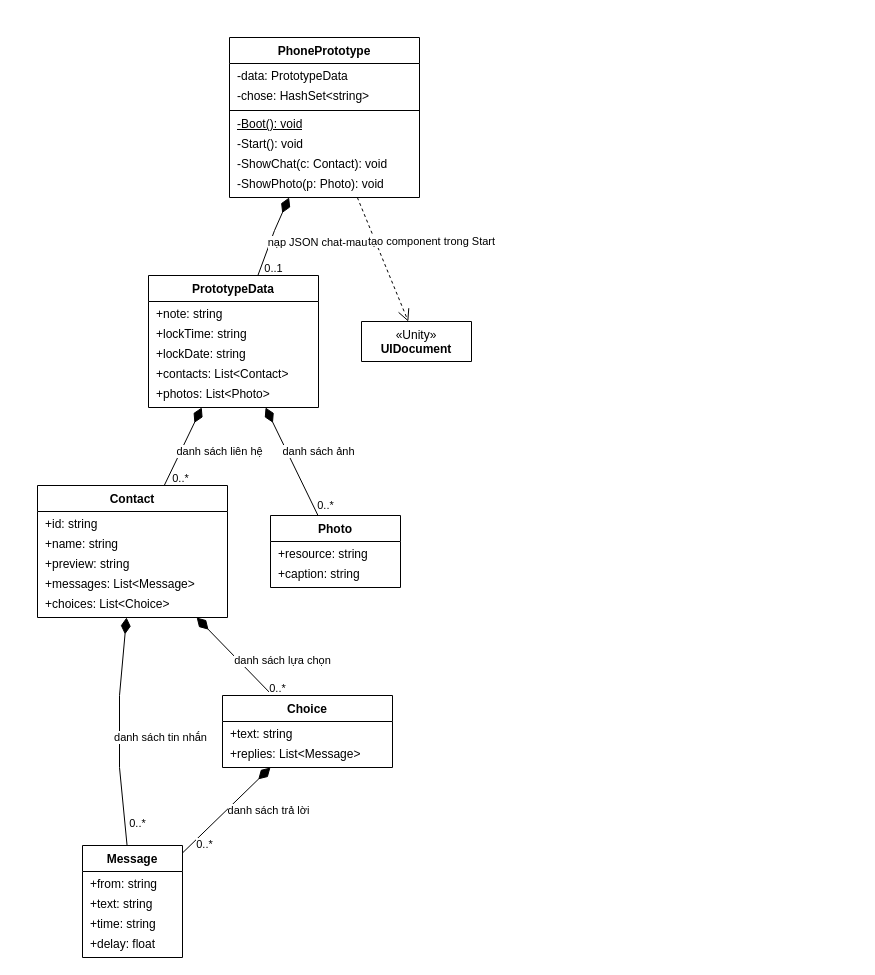
qivarnq3g/3-gio-12 keeps this draw.io diagram as page "Prototype trong SampleScene" (8 of 9) of docs/thiet-ke/lop-game/luoc-do-lop-game.drawio. Above is the earlier version. Source tidied: cells renumbered, new cells numbered last; positions are measured from the earlier drawing's top-left corner, leaving out a move shared by most shapes. Both pictures are drawn from the tidied source at 100%, with x=0, y=0 at pixel (37, 37).
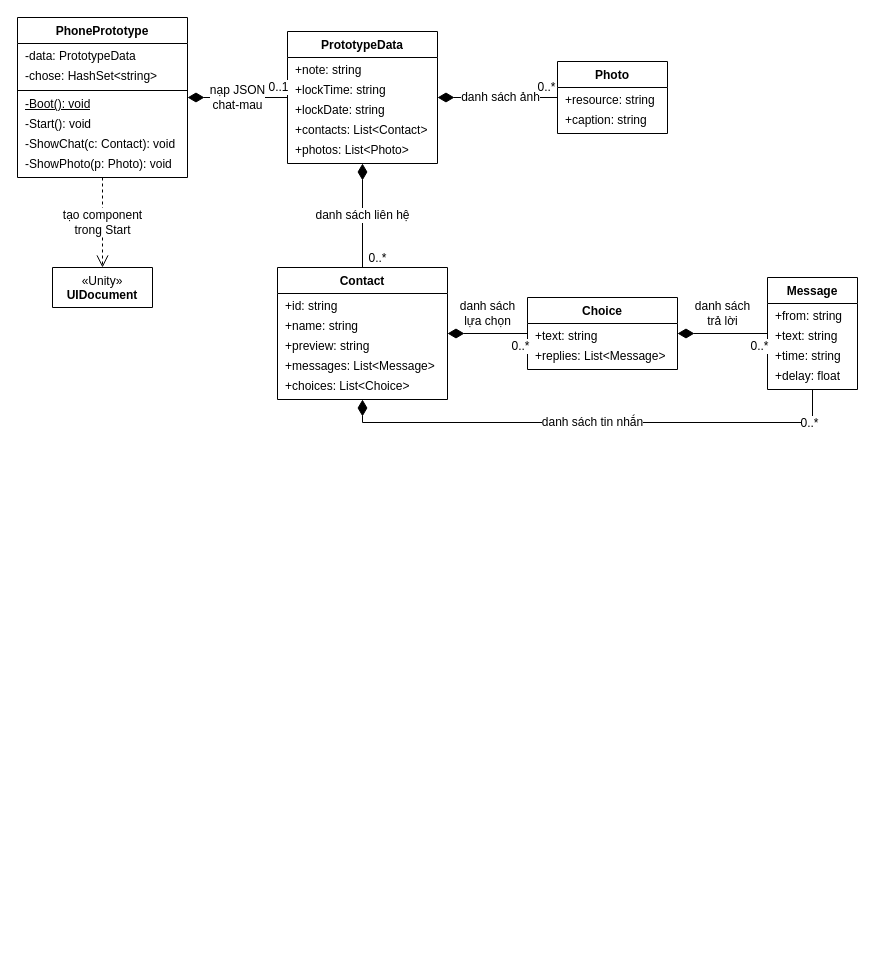
The same diagram, later.

Change to the diagram source:
```diff
@@
     <mxCell id="2" value="&lt;b&gt;PhonePrototype&lt;/b&gt;" style="swimlane;fontStyle=0;html=1;align=center;verticalAlign=top;horizontal=1;startSize=26;whiteSpace=wrap;fontFamily=Arial;fontSize=12;fillColor=#ffffff;swimlaneFillColor=#ffffff;" parent="1" vertex="1">
-      <mxGeometry x="192" width="190" height="160" as="geometry" />
+      <mxGeometry x="-20" y="-20" width="170" height="160" as="geometry" />
     </mxCell>
     <mxCell id="3" value="-data: PrototypeData" style="text;strokeColor=none;fillColor=none;align=left;verticalAlign=middle;spacingLeft=6;spacingRight=4;overflow=hidden;html=1;fontFamily=Arial;fontSize=12;" parent="2" vertex="1">
-      <mxGeometry y="29" width="190" height="20" as="geometry" />
+      <mxGeometry y="29" width="170" height="20" as="geometry" />
     </mxCell>
     <mxCell id="4" value="-chose: HashSet&amp;lt;string&amp;gt;" style="text;strokeColor=none;fillColor=none;align=left;verticalAlign=middle;spacingLeft=6;spacingRight=4;overflow=hidden;html=1;fontFamily=Arial;fontSize=12;" parent="2" vertex="1">
-      <mxGeometry y="49" width="190" height="20" as="geometry" />
+      <mxGeometry y="49" width="170" height="20" as="geometry" />
     </mxCell>
-    <mxCell id="5" style="line;strokeWidth=1;fillColor=none;align=left;verticalAlign=middle;spacingTop=-1;spacingLeft=3;spacingRight=3;labelPosition=right;" parent="2" vertex="1">
-      <mxGeometry y="69" width="190" height="8" as="geometry" />
-    </mxCell>
+    <mxCell id="47" style="line;strokeWidth=1;fillColor=none;align=left;verticalAlign=middle;spacingTop=-1;spacingLeft=3;spacingRight=3;labelPosition=right;" parent="2" vertex="1">
+      <mxGeometry y="69" width="170" height="8" as="geometry" />
+    </mxCell>
     <mxCell id="6" value="&lt;u&gt;-Boot(): void&lt;/u&gt;" style="text;strokeColor=none;fillColor=none;align=left;verticalAlign=middle;spacingLeft=6;spacingRight=4;overflow=hidden;html=1;fontFamily=Arial;fontSize=12;" parent="2" vertex="1">
-      <mxGeometry y="77" width="190" height="20" as="geometry" />
+      <mxGeometry y="77" width="170" height="20" as="geometry" />
     </mxCell>
     <mxCell id="7" value="-Start(): void" style="text;strokeColor=none;fillColor=none;align=left;verticalAlign=middle;spacingLeft=6;spacingRight=4;overflow=hidden;html=1;fontFamily=Arial;fontSize=12;" parent="2" vertex="1">
-      <mxGeometry y="97" width="190" height="20" as="geometry" />
+      <mxGeometry y="97" width="170" height="20" as="geometry" />
     </mxCell>
     <mxCell id="8" value="-ShowChat(c: Contact): void" style="text;strokeColor=none;fillColor=none;align=left;verticalAlign=middle;spacingLeft=6;spacingRight=4;overflow=hidden;html=1;fontFamily=Arial;fontSize=12;" parent="2" vertex="1">
-      <mxGeometry y="117" width="190" height="20" as="geometry" />
+      <mxGeometry y="117" width="170" height="20" as="geometry" />
     </mxCell>
     <mxCell id="9" value="-ShowPhoto(p: Photo): void" style="text;strokeColor=none;fillColor=none;align=left;verticalAlign=middle;spacingLeft=6;spacingRight=4;overflow=hidden;html=1;fontFamily=Arial;fontSize=12;" parent="2" vertex="1">
-      <mxGeometry y="137" width="190" height="20" as="geometry" />
+      <mxGeometry y="137" width="170" height="20" as="geometry" />
     </mxCell>
     <mxCell id="10" value="&lt;b&gt;PrototypeData&lt;/b&gt;" style="swimlane;fontStyle=0;html=1;align=center;verticalAlign=top;horizontal=1;startSize=26;whiteSpace=wrap;fontFamily=Arial;fontSize=12;fillColor=#ffffff;swimlaneFillColor=#ffffff;" parent="1" vertex="1">
-      <mxGeometry x="111" y="238" width="170" height="132" as="geometry" />
+      <mxGeometry x="250" y="-6" width="150" height="132" as="geometry" />
     </mxCell>
     <mxCell id="11" value="+note: string" style="text;strokeColor=none;fillColor=none;align=left;verticalAlign=middle;spacingLeft=6;spacingRight=4;overflow=hidden;html=1;fontFamily=Arial;fontSize=12;" parent="10" vertex="1">
-      <mxGeometry y="29" width="170" height="20" as="geometry" />
+      <mxGeometry y="29" width="150" height="20" as="geometry" />
     </mxCell>
     <mxCell id="12" value="+lockTime: string" style="text;strokeColor=none;fillColor=none;align=left;verticalAlign=middle;spacingLeft=6;spacingRight=4;overflow=hidden;html=1;fontFamily=Arial;fontSize=12;" parent="10" vertex="1">
-      <mxGeometry y="49" width="170" height="20" as="geometry" />
+      <mxGeometry y="49" width="150" height="20" as="geometry" />
     </mxCell>
     <mxCell id="13" value="+lockDate: string" style="text;strokeColor=none;fillColor=none;align=left;verticalAlign=middle;spacingLeft=6;spacingRight=4;overflow=hidden;html=1;fontFamily=Arial;fontSize=12;" parent="10" vertex="1">
-      <mxGeometry y="69" width="170" height="20" as="geometry" />
+      <mxGeometry y="69" width="150" height="20" as="geometry" />
     </mxCell>
     <mxCell id="14" value="+contacts: List&amp;lt;Contact&amp;gt;" style="text;strokeColor=none;fillColor=none;align=left;verticalAlign=middle;spacingLeft=6;spacingRight=4;overflow=hidden;html=1;fontFamily=Arial;fontSize=12;" parent="10" vertex="1">
-      <mxGeometry y="89" width="170" height="20" as="geometry" />
+      <mxGeometry y="89" width="150" height="20" as="geometry" />
     </mxCell>
     <mxCell id="15" value="+photos: List&amp;lt;Photo&amp;gt;" style="text;strokeColor=none;fillColor=none;align=left;verticalAlign=middle;spacingLeft=6;spacingRight=4;overflow=hidden;html=1;fontFamily=Arial;fontSize=12;" parent="10" vertex="1">
-      <mxGeometry y="109" width="170" height="20" as="geometry" />
+      <mxGeometry y="109" width="150" height="20" as="geometry" />
     </mxCell>
+    <mxCell id="30" value="&lt;b&gt;Photo&lt;/b&gt;" style="swimlane;fontStyle=0;html=1;align=center;verticalAlign=top;horizontal=1;startSize=26;whiteSpace=wrap;fontFamily=Arial;fontSize=12;fillColor=#ffffff;swimlaneFillColor=#ffffff;" parent="1" vertex="1">
+      <mxGeometry x="520" y="24" width="110" height="72" as="geometry" />
+    </mxCell>
+    <mxCell id="31" value="+resource: string" style="text;strokeColor=none;fillColor=none;align=left;verticalAlign=middle;spacingLeft=6;spacingRight=4;overflow=hidden;html=1;fontFamily=Arial;fontSize=12;" parent="30" vertex="1">
+      <mxGeometry y="29" width="110" height="20" as="geometry" />
+    </mxCell>
+    <mxCell id="32" value="+caption: string" style="text;strokeColor=none;fillColor=none;align=left;verticalAlign=middle;spacingLeft=6;spacingRight=4;overflow=hidden;html=1;fontFamily=Arial;fontSize=12;" parent="30" vertex="1">
+      <mxGeometry y="49" width="110" height="20" as="geometry" />
+    </mxCell>
+    <mxCell id="33" value="«Unity»&lt;br&gt;&lt;b&gt;UIDocument&lt;/b&gt;" style="swimlane;fontStyle=0;html=1;align=center;verticalAlign=top;horizontal=1;startSize=40;whiteSpace=wrap;fontFamily=Arial;fontSize=12;fillColor=#ffffff;swimlaneFillColor=#ffffff;" parent="1" vertex="1">
+      <mxGeometry x="15" y="230" width="100" height="40" as="geometry" />
+    </mxCell>
     <mxCell id="16" value="&lt;b&gt;Contact&lt;/b&gt;" style="swimlane;fontStyle=0;html=1;align=center;verticalAlign=top;horizontal=1;startSize=26;whiteSpace=wrap;fontFamily=Arial;fontSize=12;fillColor=#ffffff;swimlaneFillColor=#ffffff;" parent="1" vertex="1">
-      <mxGeometry y="448" width="190" height="132" as="geometry" />
+      <mxGeometry x="240" y="230" width="170" height="132" as="geometry" />
     </mxCell>
     <mxCell id="17" value="+id: string" style="text;strokeColor=none;fillColor=none;align=left;verticalAlign=middle;spacingLeft=6;spacingRight=4;overflow=hidden;html=1;fontFamily=Arial;fontSize=12;" parent="16" vertex="1">
-      <mxGeometry y="29" width="190" height="20" as="geometry" />
+      <mxGeometry y="29" width="170" height="20" as="geometry" />
     </mxCell>
     <mxCell id="18" value="+name: string" style="text;strokeColor=none;fillColor=none;align=left;verticalAlign=middle;spacingLeft=6;spacingRight=4;overflow=hidden;html=1;fontFamily=Arial;fontSize=12;" parent="16" vertex="1">
-      <mxGeometry y="49" width="190" height="20" as="geometry" />
+      <mxGeometry y="49" width="170" height="20" as="geometry" />
     </mxCell>
     <mxCell id="19" value="+preview: string" style="text;strokeColor=none;fillColor=none;align=left;verticalAlign=middle;spacingLeft=6;spacingRight=4;overflow=hidden;html=1;fontFamily=Arial;fontSize=12;" parent="16" vertex="1">
-      <mxGeometry y="69" width="190" height="20" as="geometry" />
+      <mxGeometry y="69" width="170" height="20" as="geometry" />
     </mxCell>
     <mxCell id="20" value="+messages: List&amp;lt;Message&amp;gt;" style="text;strokeColor=none;fillColor=none;align=left;verticalAlign=middle;spacingLeft=6;spacingRight=4;overflow=hidden;html=1;fontFamily=Arial;fontSize=12;" parent="16" vertex="1">
-      <mxGeometry y="89" width="190" height="20" as="geometry" />
+      <mxGeometry y="89" width="170" height="20" as="geometry" />
     </mxCell>
     <mxCell id="21" value="+choices: List&amp;lt;Choice&amp;gt;" style="text;strokeColor=none;fillColor=none;align=left;verticalAlign=middle;spacingLeft=6;spacingRight=4;overflow=hidden;html=1;fontFamily=Arial;fontSize=12;" parent="16" vertex="1">
-      <mxGeometry y="109" width="190" height="20" as="geometry" />
+      <mxGeometry y="109" width="170" height="20" as="geometry" />
     </mxCell>
+    <mxCell id="27" value="&lt;b&gt;Choice&lt;/b&gt;" style="swimlane;fontStyle=0;html=1;align=center;verticalAlign=top;horizontal=1;startSize=26;whiteSpace=wrap;fontFamily=Arial;fontSize=12;fillColor=#ffffff;swimlaneFillColor=#ffffff;" parent="1" vertex="1">
+      <mxGeometry x="490" y="260" width="150" height="72" as="geometry" />
+    </mxCell>
+    <mxCell id="48" value="+text: string" style="text;strokeColor=none;fillColor=none;align=left;verticalAlign=middle;spacingLeft=6;spacingRight=4;overflow=hidden;html=1;fontFamily=Arial;fontSize=12;" parent="27" vertex="1">
+      <mxGeometry y="29" width="150" height="20" as="geometry" />
+    </mxCell>
+    <mxCell id="29" value="+replies: List&amp;lt;Message&amp;gt;" style="text;strokeColor=none;fillColor=none;align=left;verticalAlign=middle;spacingLeft=6;spacingRight=4;overflow=hidden;html=1;fontFamily=Arial;fontSize=12;" parent="27" vertex="1">
+      <mxGeometry y="49" width="150" height="20" as="geometry" />
+    </mxCell>
     <mxCell id="22" value="&lt;b&gt;Message&lt;/b&gt;" style="swimlane;fontStyle=0;html=1;align=center;verticalAlign=top;horizontal=1;startSize=26;whiteSpace=wrap;fontFamily=Arial;fontSize=12;fillColor=#ffffff;swimlaneFillColor=#ffffff;" parent="1" vertex="1">
-      <mxGeometry x="45" y="808" width="100" height="112" as="geometry" />
+      <mxGeometry x="730" y="240" width="90" height="112" as="geometry" />
     </mxCell>
     <mxCell id="23" value="+from: string" style="text;strokeColor=none;fillColor=none;align=left;verticalAlign=middle;spacingLeft=6;spacingRight=4;overflow=hidden;html=1;fontFamily=Arial;fontSize=12;" parent="22" vertex="1">
-      <mxGeometry y="29" width="100" height="20" as="geometry" />
+      <mxGeometry y="29" width="90" height="20" as="geometry" />
     </mxCell>
-    <mxCell id="24" value="+text: string" style="text;strokeColor=none;fillColor=none;align=left;verticalAlign=middle;spacingLeft=6;spacingRight=4;overflow=hidden;html=1;fontFamily=Arial;fontSize=12;" parent="22" vertex="1">
-      <mxGeometry y="49" width="100" height="20" as="geometry" />
-    </mxCell>
+    <mxCell id="49" value="+text: string" style="text;strokeColor=none;fillColor=none;align=left;verticalAlign=middle;spacingLeft=6;spacingRight=4;overflow=hidden;html=1;fontFamily=Arial;fontSize=12;" parent="22" vertex="1">
+      <mxGeometry y="49" width="90" height="20" as="geometry" />
+    </mxCell>
     <mxCell id="25" value="+time: string" style="text;strokeColor=none;fillColor=none;align=left;verticalAlign=middle;spacingLeft=6;spacingRight=4;overflow=hidden;html=1;fontFamily=Arial;fontSize=12;" parent="22" vertex="1">
-      <mxGeometry y="69" width="100" height="20" as="geometry" />
+      <mxGeometry y="69" width="90" height="20" as="geometry" />
     </mxCell>
     <mxCell id="26" value="+delay: float" style="text;strokeColor=none;fillColor=none;align=left;verticalAlign=middle;spacingLeft=6;spacingRight=4;overflow=hidden;html=1;fontFamily=Arial;fontSize=12;" parent="22" vertex="1">
-      <mxGeometry y="89" width="100" height="20" as="geometry" />
+      <mxGeometry y="89" width="90" height="20" as="geometry" />
     </mxCell>
-    <mxCell id="27" value="&lt;b&gt;Choice&lt;/b&gt;" style="swimlane;fontStyle=0;html=1;align=center;verticalAlign=top;horizontal=1;startSize=26;whiteSpace=wrap;fontFamily=Arial;fontSize=12;fillColor=#ffffff;swimlaneFillColor=#ffffff;" parent="1" vertex="1">
-      <mxGeometry x="185" y="658" width="170" height="72" as="geometry" />
-    </mxCell>
-    <mxCell id="28" value="+text: string" style="text;strokeColor=none;fillColor=none;align=left;verticalAlign=middle;spacingLeft=6;spacingRight=4;overflow=hidden;html=1;fontFamily=Arial;fontSize=12;" parent="27" vertex="1">
-      <mxGeometry y="29" width="170" height="20" as="geometry" />
-    </mxCell>
-    <mxCell id="29" value="+replies: List&amp;lt;Message&amp;gt;" style="text;strokeColor=none;fillColor=none;align=left;verticalAlign=middle;spacingLeft=6;spacingRight=4;overflow=hidden;html=1;fontFamily=Arial;fontSize=12;" parent="27" vertex="1">
-      <mxGeometry y="49" width="170" height="20" as="geometry" />
-    </mxCell>
-    <mxCell id="30" value="&lt;b&gt;Photo&lt;/b&gt;" style="swimlane;fontStyle=0;html=1;align=center;verticalAlign=top;horizontal=1;startSize=26;whiteSpace=wrap;fontFamily=Arial;fontSize=12;fillColor=#ffffff;swimlaneFillColor=#ffffff;" parent="1" vertex="1">
-      <mxGeometry x="233" y="478" width="130" height="72" as="geometry" />
-    </mxCell>
-    <mxCell id="31" value="+resource: string" style="text;strokeColor=none;fillColor=none;align=left;verticalAlign=middle;spacingLeft=6;spacingRight=4;overflow=hidden;html=1;fontFamily=Arial;fontSize=12;" parent="30" vertex="1">
-      <mxGeometry y="29" width="130" height="20" as="geometry" />
-    </mxCell>
-    <mxCell id="32" value="+caption: string" style="text;strokeColor=none;fillColor=none;align=left;verticalAlign=middle;spacingLeft=6;spacingRight=4;overflow=hidden;html=1;fontFamily=Arial;fontSize=12;" parent="30" vertex="1">
-      <mxGeometry y="49" width="130" height="20" as="geometry" />
-    </mxCell>
-    <mxCell id="33" value="«Unity»&lt;br&gt;&lt;b&gt;UIDocument&lt;/b&gt;" style="swimlane;fontStyle=0;html=1;align=center;verticalAlign=top;horizontal=1;startSize=40;whiteSpace=wrap;fontFamily=Arial;fontSize=12;fillColor=#ffffff;swimlaneFillColor=#ffffff;" parent="1" vertex="1">
-      <mxGeometry x="324" y="284" width="110" height="40" as="geometry" />
-    </mxCell>
-    <mxCell id="34" value="nạp JSON chat-mau" style="html=1;rounded=0;fontFamily=Arial;fontSize=11;labelBackgroundColor=#ffffff;startArrow=diamondThin;startFill=1;startSize=14;endArrow=none;" parent="1" edge="1" source="2" target="10">
-      <mxGeometry relative="1" as="geometry">
-        <Array as="points">
-          <mxPoint x="237" y="193" />
-        </Array>
-        <mxPoint x="45" y="6" as="offset" />
-      </mxGeometry>
+    <mxCell id="34" value="nạp JSON&lt;br&gt;chat-mau" style="html=1;fontFamily=Arial;startArrow=diamondThin;startFill=1;startSize=14;endArrow=none;edgeStyle=orthogonalEdgeStyle;rounded=0;fontSize=12;labelBackgroundColor=#ffffff;exitX=1;exitY=0.5;entryX=0;entryY=0.5;exitPerimeter=0;entryPerimeter=0;" parent="1" edge="1" source="2" target="10">
+      <mxGeometry relative="1" as="geometry" />
     </mxCell>
-    <mxCell id="35" value="0..1" style="html=1;align=center;verticalAlign=middle;fontFamily=Arial;fontSize=11;labelBackgroundColor=#ffffff;" parent="34" vertex="1">
+    <mxCell id="35" value="0..1" style="html=1;align=center;verticalAlign=middle;fontFamily=Arial;labelBackgroundColor=#ffffff;fontSize=12;" parent="34" vertex="1">
       <mxGeometry x="0.8" relative="1" as="geometry">
-        <mxPoint x="12" as="offset" />
+        <mxPoint y="-11" as="offset" />
       </mxGeometry>
     </mxCell>
-    <mxCell id="36" value="tạo component trong Start" style="html=1;rounded=0;fontFamily=Arial;fontSize=11;labelBackgroundColor=#ffffff;endArrow=open;endFill=0;endSize=10;dashed=1;" parent="1" edge="1" source="2" target="33">
-      <mxGeometry relative="1" as="geometry">
-        <mxPoint x="49" y="-18" as="offset" />
-      </mxGeometry>
+    <mxCell id="36" value="tạo component&lt;br&gt;trong Start" style="html=1;fontFamily=Arial;endArrow=open;endFill=0;endSize=10;dashed=1;edgeStyle=orthogonalEdgeStyle;rounded=0;fontSize=12;labelBackgroundColor=#ffffff;exitY=1;exitX=0.5;entryY=0;entryX=0.5;exitPerimeter=0;entryPerimeter=0;" parent="1" edge="1" source="2" target="33">
+      <mxGeometry relative="1" as="geometry" />
     </mxCell>
-    <mxCell id="37" value="danh sách liên hệ" style="html=1;rounded=0;fontFamily=Arial;fontSize=11;labelBackgroundColor=#ffffff;startArrow=diamondThin;startFill=1;startSize=14;endArrow=none;" parent="1" edge="1" source="10" target="16">
-      <mxGeometry relative="1" as="geometry">
-        <mxPoint x="36" y="5" as="offset" />
-      </mxGeometry>
+    <mxCell id="37" value="danh sách liên hệ" style="html=1;fontFamily=Arial;startArrow=diamondThin;startFill=1;startSize=14;endArrow=none;edgeStyle=orthogonalEdgeStyle;rounded=0;fontSize=12;labelBackgroundColor=#ffffff;exitY=1;exitX=0.5;entryY=0;entryX=0.5;exitPerimeter=0;entryPerimeter=0;" parent="1" edge="1" source="10" target="16">
+      <mxGeometry relative="1" as="geometry" />
     </mxCell>
-    <mxCell id="38" value="0..*" style="html=1;align=center;verticalAlign=middle;fontFamily=Arial;fontSize=11;labelBackgroundColor=#ffffff;" parent="37" vertex="1">
-      <mxGeometry x="0.8" relative="1" as="geometry">
-        <mxPoint x="12" as="offset" />
-      </mxGeometry>
-    </mxCell>
+    <mxCell id="50" value="0..*" style="html=1;align=center;verticalAlign=middle;fontFamily=Arial;labelBackgroundColor=#ffffff;fontSize=12;" parent="37" vertex="1">
+      <mxGeometry x="0.8" relative="1" as="geometry">
+        <mxPoint x="14" as="offset" />
+      </mxGeometry>
+    </mxCell>
-    <mxCell id="39" value="danh sách ảnh" style="html=1;rounded=0;fontFamily=Arial;fontSize=11;labelBackgroundColor=#ffffff;startArrow=diamondThin;startFill=1;startSize=14;endArrow=none;" parent="1" edge="1" source="10" target="30">
-      <mxGeometry relative="1" as="geometry">
-        <mxPoint x="27" y="-10" as="offset" />
-      </mxGeometry>
+    <mxCell id="39" value="danh sách ảnh" style="html=1;fontFamily=Arial;startArrow=diamondThin;startFill=1;startSize=14;endArrow=none;edgeStyle=orthogonalEdgeStyle;rounded=0;fontSize=12;labelBackgroundColor=#ffffff;exitX=1;exitY=0.5;entryX=0;entryY=0.5;exitPerimeter=0;entryPerimeter=0;" parent="1" edge="1" source="10" target="30">
+      <mxGeometry x="0.05" relative="1" as="geometry" />
     </mxCell>
-    <mxCell id="40" value="0..*" style="html=1;align=center;verticalAlign=middle;fontFamily=Arial;fontSize=11;labelBackgroundColor=#ffffff;" parent="39" vertex="1">
-      <mxGeometry x="0.8" relative="1" as="geometry">
-        <mxPoint x="12" as="offset" />
-      </mxGeometry>
-    </mxCell>
+    <mxCell id="51" value="0..*" style="html=1;align=center;verticalAlign=middle;fontFamily=Arial;labelBackgroundColor=#ffffff;fontSize=12;" parent="39" vertex="1">
+      <mxGeometry x="0.8" relative="1" as="geometry">
+        <mxPoint y="-11" as="offset" />
+      </mxGeometry>
+    </mxCell>
-    <mxCell id="41" value="danh sách tin nhắn" style="html=1;rounded=0;fontFamily=Arial;fontSize=11;labelBackgroundColor=#ffffff;startArrow=diamondThin;startFill=1;startSize=14;endArrow=none;" parent="1" edge="1" source="16" target="22">
+    <mxCell id="41" value="danh sách tin nhắn" style="html=1;fontFamily=Arial;startArrow=diamondThin;startFill=1;startSize=14;endArrow=none;edgeStyle=orthogonalEdgeStyle;rounded=0;fontSize=12;labelBackgroundColor=#ffffff;exitX=0.5;exitY=1;exitPerimeter=0;entryX=0.5;entryY=1;entryPerimeter=0;" parent="1" edge="1" source="16" target="22">
       <mxGeometry relative="1" as="geometry">
         <Array as="points">
-          <mxPoint x="82" y="658" />
-          <mxPoint x="82" y="730" />
+          <mxPoint x="325" y="385" />
+          <mxPoint x="775" y="385" />
         </Array>
-        <mxPoint x="41" y="6" as="offset" />
       </mxGeometry>
     </mxCell>
-    <mxCell id="42" value="0..*" style="html=1;align=center;verticalAlign=middle;fontFamily=Arial;fontSize=11;labelBackgroundColor=#ffffff;" parent="41" vertex="1">
-      <mxGeometry x="0.8" relative="1" as="geometry">
-        <mxPoint x="12" as="offset" />
-      </mxGeometry>
-    </mxCell>
+    <mxCell id="52" value="0..*" style="html=1;align=center;verticalAlign=middle;fontFamily=Arial;labelBackgroundColor=#ffffff;fontSize=12;" parent="41" vertex="1">
+      <mxGeometry x="0.8" relative="1" as="geometry">
+        <mxPoint x="14" as="offset" />
+      </mxGeometry>
+    </mxCell>
-    <mxCell id="43" value="danh sách lựa chọn" style="html=1;rounded=0;fontFamily=Arial;fontSize=11;labelBackgroundColor=#ffffff;startArrow=diamondThin;startFill=1;startSize=14;endArrow=none;" parent="1" edge="1" source="16" target="27">
+    <mxCell id="43" value="danh sách&lt;br&gt;lựa chọn" style="html=1;fontFamily=Arial;startArrow=diamondThin;startFill=1;startSize=14;endArrow=none;edgeStyle=orthogonalEdgeStyle;rounded=0;fontSize=12;labelBackgroundColor=#ffffff;exitX=1;exitY=0.5;entryX=0;entryY=0.5;exitPerimeter=0;entryPerimeter=0;" parent="1" edge="1" source="16" target="27">
       <mxGeometry relative="1" as="geometry">
-        <mxPoint x="48" y="4" as="offset" />
+        <mxPoint y="-20" as="offset" />
       </mxGeometry>
     </mxCell>
-    <mxCell id="44" value="0..*" style="html=1;align=center;verticalAlign=middle;fontFamily=Arial;fontSize=11;labelBackgroundColor=#ffffff;" parent="43" vertex="1">
-      <mxGeometry x="0.8" relative="1" as="geometry">
-        <mxPoint x="12" as="offset" />
-      </mxGeometry>
-    </mxCell>
+    <mxCell id="53" value="0..*" style="html=1;align=center;verticalAlign=middle;fontFamily=Arial;labelBackgroundColor=#ffffff;fontSize=12;" parent="43" vertex="1">
+      <mxGeometry x="0.8" relative="1" as="geometry">
+        <mxPoint y="12" as="offset" />
+      </mxGeometry>
+    </mxCell>
-    <mxCell id="45" value="danh sách trả lời" style="html=1;rounded=0;fontFamily=Arial;fontSize=11;labelBackgroundColor=#ffffff;startArrow=diamondThin;startFill=1;startSize=14;endArrow=none;" parent="1" edge="1" source="27" target="22">
+    <mxCell id="45" value="danh sách&lt;br&gt;trả lời" style="html=1;fontFamily=Arial;startArrow=diamondThin;startFill=1;startSize=14;endArrow=none;edgeStyle=orthogonalEdgeStyle;rounded=0;fontSize=12;labelBackgroundColor=#ffffff;exitX=1;exitY=0.5;entryX=0;entryY=0.5;exitPerimeter=0;entryPerimeter=0;" parent="1" edge="1" source="27" target="22">
       <mxGeometry relative="1" as="geometry">
-        <mxPoint x="42" as="offset" />
+        <mxPoint y="-20" as="offset" />
       </mxGeometry>
     </mxCell>
-    <mxCell id="46" value="0..*" style="html=1;align=center;verticalAlign=middle;fontFamily=Arial;fontSize=11;labelBackgroundColor=#ffffff;" parent="45" vertex="1">
-      <mxGeometry x="0.8" relative="1" as="geometry">
-        <mxPoint x="12" as="offset" />
-      </mxGeometry>
-    </mxCell>
+    <mxCell id="54" value="0..*" style="html=1;align=center;verticalAlign=middle;fontFamily=Arial;labelBackgroundColor=#ffffff;fontSize=12;" parent="45" vertex="1">
+      <mxGeometry x="0.8" relative="1" as="geometry">
+        <mxPoint y="12" as="offset" />
+      </mxGeometry>
+    </mxCell>
```
